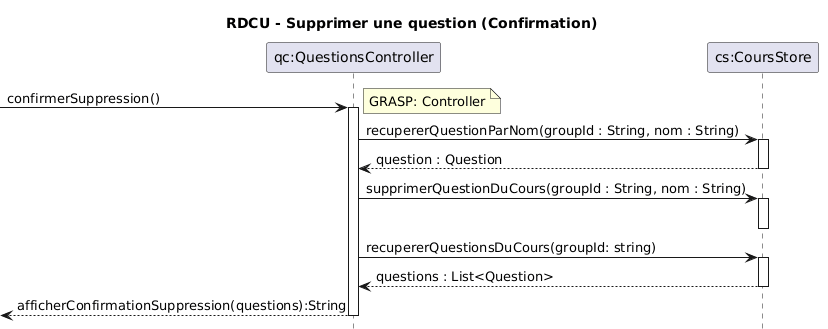
Before: docs/modeles/exports/rdcu-supprimer-question-confirmation.png, a diagram exported from PlantUML (xMrYahya/moodle-clone).
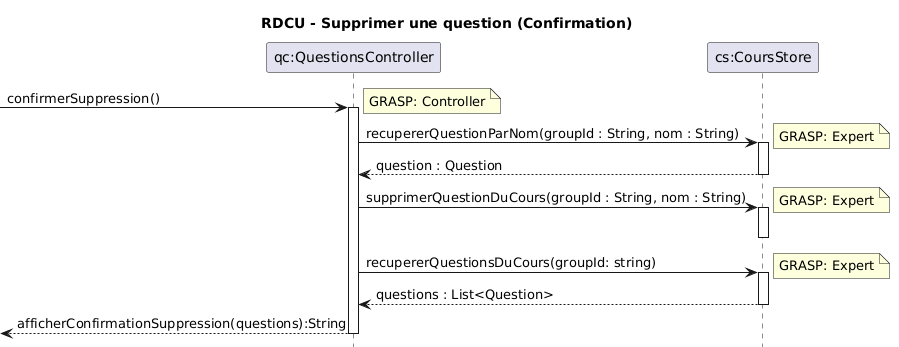
After the commit.

Change to the diagram source:
```diff
@@ -10,15 +10,18 @@
 activate QC
 
 QC -> CS : recupererQuestionParNom(groupId : String, nom : String)
+note right: GRASP: Expert
 activate CS
 CS --> QC : question : Question
 deactivate CS
 
 QC -> CS : supprimerQuestionDuCours(groupId : String, nom : String)
+note right: GRASP: Expert
 activate CS
 deactivate CS
 
 QC -> CS : recupererQuestionsDuCours(groupId: string)
+note right: GRASP: Expert
 activate CS
 CS --> QC : questions : List<Question>
 deactivate CS
```
